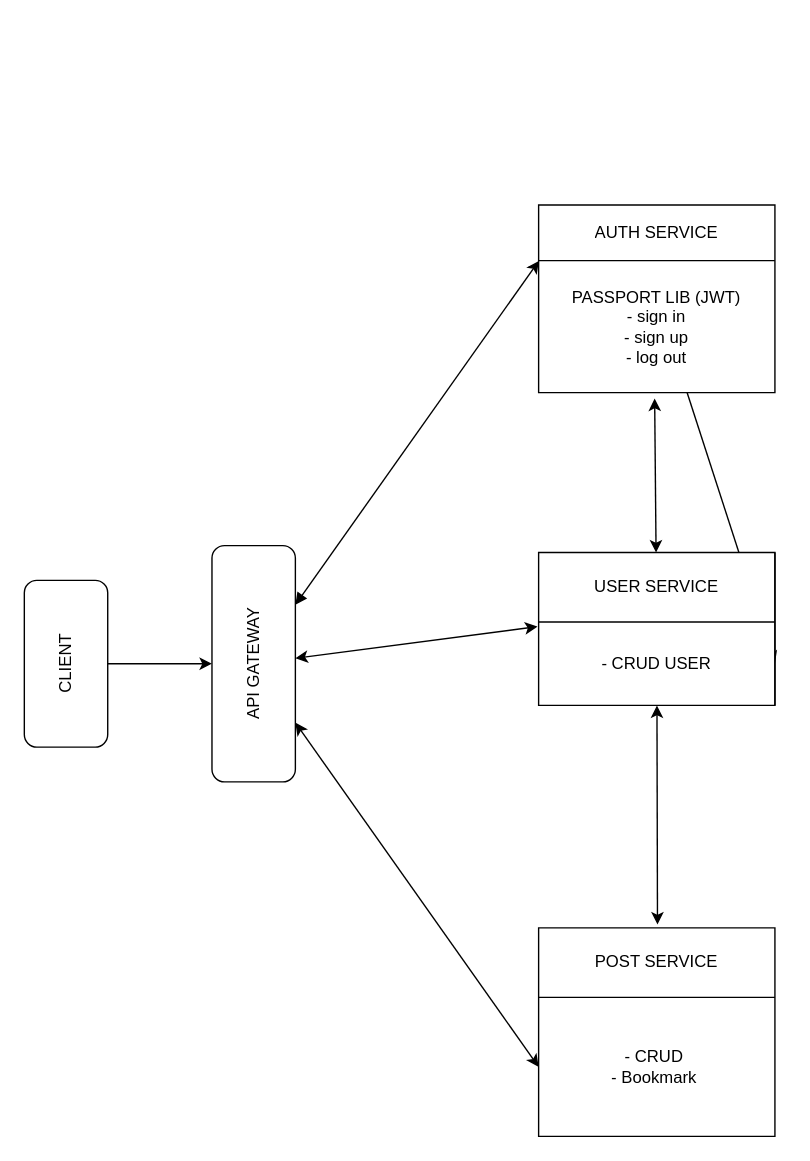
Earlier version of the draw.io diagram services.dio (Pawel1894/DevScribe). Source tidied: cells renumbered, new cells numbered last; positions are measured from the earlier drawing's top-left corner, leaving out a move shared by most shapes. Both pictures are drawn from the tidied source at 139%, with x=0, y=0 at pixel (-18, 204).
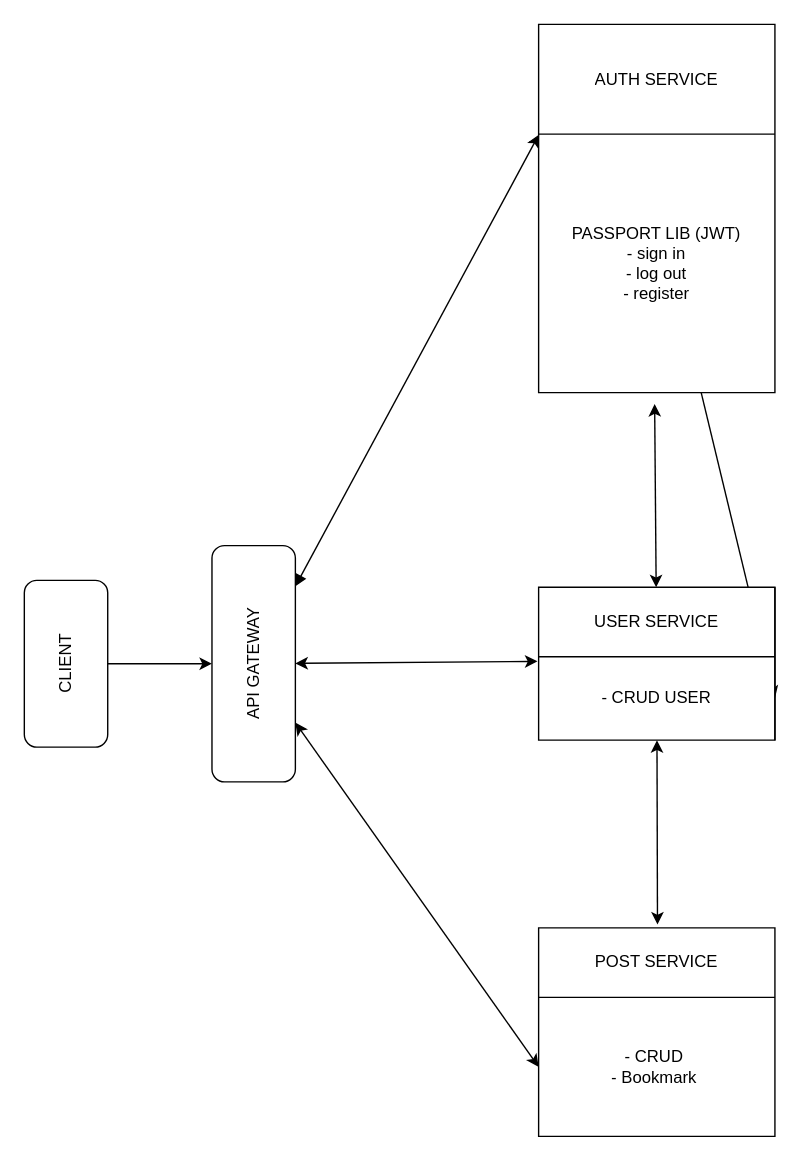
The same diagram, later.

Commit message:
small services dio improvement

The edit, as a diff of the source:
```diff
@@
     <mxCell id="9" style="shape=table;startSize=0;childLayout=tableLayout;" parent="1" vertex="1">
-      <mxGeometry x="400" width="170" height="135" as="geometry" />
+      <mxGeometry x="400" y="-130" width="170" height="265" as="geometry" />
     </mxCell>
     <mxCell id="10" style="shape=tableRow;horizontal=0;startSize=0;swimlaneHead=0;swimlaneBody=0;top=0;left=0;bottom=0;right=0;fillColor=none;" parent="9" vertex="1">
-      <mxGeometry width="170" height="40" as="geometry" />
+      <mxGeometry width="170" height="79" as="geometry" />
     </mxCell>
     <mxCell id="11" value="AUTH SERVICE" style="shape=partialRectangle;html=1;whiteSpace=wrap;overflow=hidden;fillColor=none;top=0;left=0;bottom=0;right=0;" parent="10" vertex="1">
-      <mxGeometry width="170" height="40" as="geometry" />
+      <mxGeometry width="170" height="79" as="geometry" />
     </mxCell>
     <mxCell id="12" style="shape=tableRow;horizontal=0;startSize=0;swimlaneHead=0;swimlaneBody=0;top=0;left=0;bottom=0;right=0;fillColor=none;points=[[0,0.5],[1,0.5]];portConstraint=eastwest;" parent="9" vertex="1">
-      <mxGeometry y="40" width="170" height="95" as="geometry" />
+      <mxGeometry y="79" width="170" height="186" as="geometry" />
     </mxCell>
-    <mxCell id="13" value="PASSPORT LIB (JWT)&lt;br&gt;- sign in&lt;br&gt;- sign up&lt;br&gt;- log out" style="shape=partialRectangle;html=1;whiteSpace=wrap;overflow=hidden;fillColor=none;top=0;left=0;bottom=0;right=0;" parent="12" vertex="1">
-      <mxGeometry width="170" height="95" as="geometry" />
+    <mxCell id="13" value="PASSPORT LIB (JWT)&lt;br&gt;- sign in&lt;br&gt;- log out&lt;br&gt;- register" style="shape=partialRectangle;html=1;whiteSpace=wrap;overflow=hidden;fillColor=none;top=0;left=0;bottom=0;right=0;" parent="12" vertex="1">
+      <mxGeometry width="170" height="186" as="geometry" />
     </mxCell>
@@
     <mxCell id="16" style="shape=table;startSize=0;childLayout=tableLayout;" parent="1" vertex="1">
-      <mxGeometry x="400" y="250" width="170" height="110" as="geometry" />
+      <mxGeometry x="400" y="275" width="170" height="110" as="geometry" />
     </mxCell>
```
